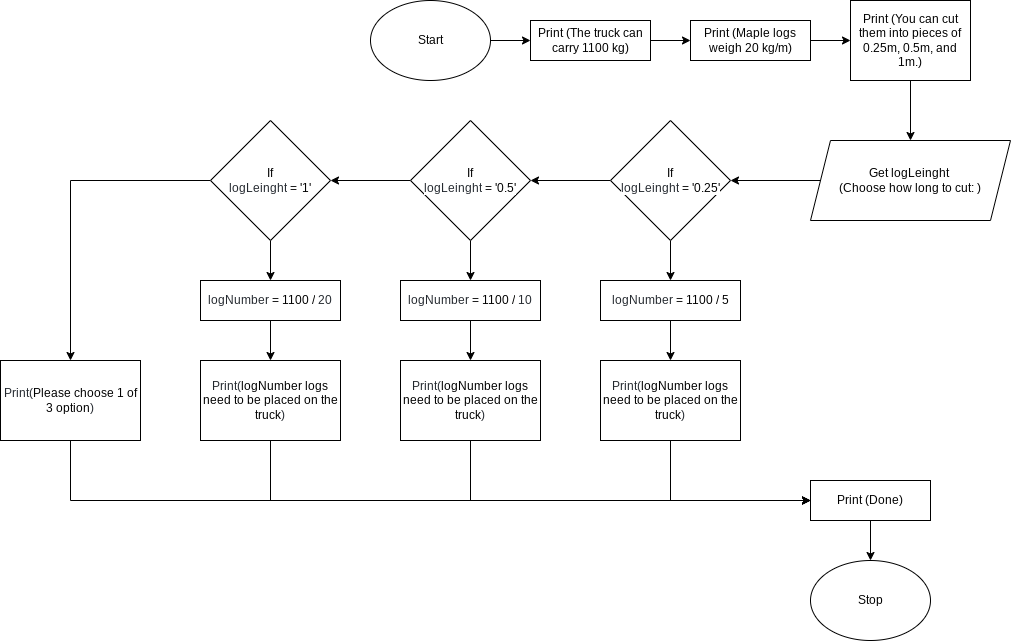
Above: pictures/unit1-01(2).png in Igor-Zhelezniak-1/ics4u-unit1-01-typescript (draw.io), before the change. Source tidied: cells renumbered, new cells last; positions are measured from the earlier drawing's top-left corner, leaving out a move shared by most shapes.
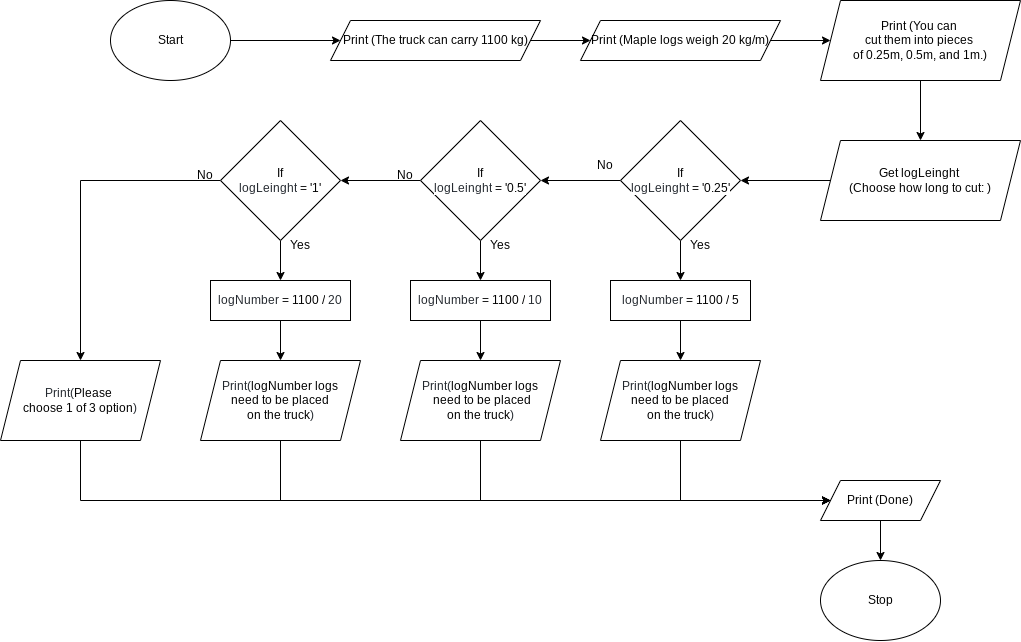
After the commit.

Change to the diagram source:
```diff
@@ -10,9 +10,3 @@
     </mxCell>
-    <mxCell id="4" style="edgeStyle=none;html=1;entryX=0;entryY=0.5;entryDx=0;entryDy=0;" parent="1" edge="1" source="5" target="14">
-      <mxGeometry relative="1" as="geometry" />
-    </mxCell>
-    <mxCell id="5" value="Print (The truck can carry 1100 kg)" style="rounded=0;whiteSpace=wrap;html=1;" parent="1" vertex="1">
-      <mxGeometry x="530" y="20" width="120" height="40" as="geometry" />
-    </mxCell>
-    <mxCell id="6" style="edgeStyle=none;html=1;" parent="1" edge="1" source="7" target="5">
+    <mxCell id="6" style="edgeStyle=none;html=1;entryX=0;entryY=0.5;entryDx=0;entryDy=0;" parent="1" edge="1" source="7" target="5">
       <mxGeometry relative="1" as="geometry" />
@@ -20,3 +14,3 @@
     <mxCell id="7" value="Start" style="ellipse;whiteSpace=wrap;html=1;" parent="1" vertex="1">
-      <mxGeometry x="370" width="120" height="80" as="geometry" />
+      <mxGeometry x="100" width="120" height="80" as="geometry" />
     </mxCell>
@@ -31,14 +25,2 @@
     </mxCell>
-    <mxCell id="11" style="edgeStyle=none;html=1;entryX=0.5;entryY=0;entryDx=0;entryDy=0;" parent="1" edge="1" source="12" target="3">
-      <mxGeometry relative="1" as="geometry" />
-    </mxCell>
-    <mxCell id="12" value="Print (You can cut them into pieces of 0.25m, 0.5m, and 1m.)" style="rounded=0;whiteSpace=wrap;html=1;" parent="1" vertex="1">
-      <mxGeometry x="850" width="120" height="80" as="geometry" />
-    </mxCell>
-    <mxCell id="13" style="edgeStyle=none;html=1;entryX=0;entryY=0.5;entryDx=0;entryDy=0;" parent="1" edge="1" source="14" target="12">
-      <mxGeometry relative="1" as="geometry" />
-    </mxCell>
-    <mxCell id="14" value="Print (Maple logs weigh 20 kg/m)" style="rounded=0;whiteSpace=wrap;html=1;" parent="1" vertex="1">
-      <mxGeometry x="690" y="20" width="120" height="40" as="geometry" />
-    </mxCell>
     <mxCell id="15" style="edgeStyle=none;html=1;entryX=1;entryY=0.5;entryDx=0;entryDy=0;" parent="1" edge="1" source="17" target="20">
@@ -65,3 +47,3 @@
     </mxCell>
-    <mxCell id="21" style="edgeStyle=none;html=1;entryX=0.5;entryY=0;entryDx=0;entryDy=0;fontColor=#000000;" parent="1" edge="1" source="22" target="32">
+    <mxCell id="21" style="edgeStyle=none;html=1;entryX=0.5;entryY=0;entryDx=0;entryDy=0;fontColor=#000000;" parent="1" edge="1" source="22" target="39">
       <mxGeometry relative="1" as="geometry" />
@@ -71,3 +53,3 @@
     </mxCell>
-    <mxCell id="23" style="edgeStyle=none;html=1;entryX=0.5;entryY=0;entryDx=0;entryDy=0;fontColor=#000000;" parent="1" edge="1" source="24" target="30">
+    <mxCell id="23" style="edgeStyle=none;html=1;entryX=0.5;entryY=0;entryDx=0;entryDy=0;fontColor=#000000;" parent="1" edge="1" source="24" target="40">
       <mxGeometry relative="1" as="geometry" />
@@ -77,3 +59,3 @@
     </mxCell>
-    <mxCell id="25" style="edgeStyle=none;html=1;entryX=0.5;entryY=0;entryDx=0;entryDy=0;fontColor=#000000;" parent="1" edge="1" source="26" target="28">
+    <mxCell id="25" style="edgeStyle=none;html=1;entryX=0.5;entryY=0;entryDx=0;entryDy=0;fontColor=#000000;" parent="1" edge="1" source="26" target="38">
       <mxGeometry relative="1" as="geometry" />
@@ -83,3 +65,3 @@
     </mxCell>
-    <mxCell id="27" style="edgeStyle=none;shape=connector;rounded=0;html=1;entryX=0;entryY=0.5;entryDx=0;entryDy=0;labelBackgroundColor=default;fontFamily=Helvetica;fontSize=11;fontColor=#000000;endArrow=classic;strokeColor=default;" parent="1" edge="1" source="28" target="37">
+    <mxCell id="27" style="edgeStyle=none;shape=connector;rounded=0;html=1;entryX=0;entryY=0.5;entryDx=0;entryDy=0;labelBackgroundColor=default;fontFamily=Helvetica;fontSize=11;fontColor=#000000;endArrow=classic;strokeColor=default;exitX=0.5;exitY=1;exitDx=0;exitDy=0;" parent="1" edge="1" source="38" target="37">
       <mxGeometry relative="1" as="geometry">
@@ -90,6 +72,3 @@
     </mxCell>
-    <mxCell id="28" value="&lt;span class=&quot;pl-s&quot; style=&quot;box-sizing: border-box ; font-family: , , &amp;#34;sf mono&amp;#34; , &amp;#34;menlo&amp;#34; , &amp;#34;consolas&amp;#34; , &amp;#34;liberation mono&amp;#34; , monospace ; background-color: rgb(255 , 255 , 255)&quot;&gt;&lt;span class=&quot;pl-s1&quot; style=&quot;box-sizing: border-box&quot;&gt;&lt;span class=&quot;pl-s1&quot; style=&quot;box-sizing: border-box&quot;&gt;&lt;font color=&quot;#24292f&quot;&gt;Print(&lt;/font&gt;&lt;/span&gt;&lt;span class=&quot;pl-s1&quot; style=&quot;box-sizing: border-box&quot;&gt;logNumber&lt;/span&gt;&lt;/span&gt;&lt;font color=&quot;rgba(0, 0, 0, 0)&quot;&gt;&amp;nbsp;&lt;/font&gt;logs need to be placed on the truck&lt;/span&gt;&lt;span class=&quot;pl-kos&quot; style=&quot;box-sizing: border-box ; color: rgb(36 , 41 , 47) ; font-family: , , &amp;#34;sf mono&amp;#34; , &amp;#34;menlo&amp;#34; , &amp;#34;consolas&amp;#34; , &amp;#34;liberation mono&amp;#34; , monospace ; background-color: rgb(255 , 255 , 255)&quot;&gt;)&lt;/span&gt;" style="rounded=0;whiteSpace=wrap;html=1;" parent="1" vertex="1">
-      <mxGeometry x="200" y="360" width="140" height="80" as="geometry" />
-    </mxCell>
-    <mxCell id="29" style="edgeStyle=none;shape=connector;rounded=0;html=1;entryX=0;entryY=0.5;entryDx=0;entryDy=0;labelBackgroundColor=default;fontFamily=Helvetica;fontSize=11;fontColor=#000000;endArrow=classic;strokeColor=default;" parent="1" edge="1" source="30" target="37">
+    <mxCell id="29" style="edgeStyle=none;shape=connector;rounded=0;html=1;entryX=0;entryY=0.5;entryDx=0;entryDy=0;labelBackgroundColor=default;fontFamily=Helvetica;fontSize=11;fontColor=#000000;endArrow=classic;strokeColor=default;exitX=0.5;exitY=1;exitDx=0;exitDy=0;" parent="1" edge="1" source="40" target="37">
       <mxGeometry relative="1" as="geometry">
@@ -100,6 +79,3 @@
     </mxCell>
-    <mxCell id="30" value="&lt;span class=&quot;pl-s&quot; style=&quot;box-sizing: border-box ; font-family: , , &amp;#34;sf mono&amp;#34; , &amp;#34;menlo&amp;#34; , &amp;#34;consolas&amp;#34; , &amp;#34;liberation mono&amp;#34; , monospace ; background-color: rgb(255 , 255 , 255)&quot;&gt;&lt;span class=&quot;pl-s1&quot; style=&quot;box-sizing: border-box&quot;&gt;&lt;span class=&quot;pl-s1&quot; style=&quot;box-sizing: border-box&quot;&gt;&lt;font color=&quot;#24292f&quot;&gt;Print(&lt;/font&gt;&lt;/span&gt;&lt;span class=&quot;pl-s1&quot; style=&quot;box-sizing: border-box&quot;&gt;logNumber&lt;/span&gt;&lt;/span&gt;&lt;font color=&quot;rgba(0, 0, 0, 0)&quot;&gt;&amp;nbsp;&lt;/font&gt;logs need to be placed on the truck&lt;/span&gt;&lt;span class=&quot;pl-kos&quot; style=&quot;box-sizing: border-box ; color: rgb(36 , 41 , 47) ; font-family: , , &amp;#34;sf mono&amp;#34; , &amp;#34;menlo&amp;#34; , &amp;#34;consolas&amp;#34; , &amp;#34;liberation mono&amp;#34; , monospace ; background-color: rgb(255 , 255 , 255)&quot;&gt;)&lt;/span&gt;" style="rounded=0;whiteSpace=wrap;html=1;" parent="1" vertex="1">
-      <mxGeometry x="400" y="360" width="140" height="80" as="geometry" />
-    </mxCell>
-    <mxCell id="31" style="edgeStyle=none;shape=connector;rounded=0;html=1;entryX=0;entryY=0.5;entryDx=0;entryDy=0;labelBackgroundColor=default;fontFamily=Helvetica;fontSize=11;fontColor=#000000;endArrow=classic;strokeColor=default;" parent="1" edge="1" source="32" target="37">
+    <mxCell id="31" style="edgeStyle=none;shape=connector;rounded=0;html=1;entryX=0;entryY=0.5;entryDx=0;entryDy=0;labelBackgroundColor=default;fontFamily=Helvetica;fontSize=11;fontColor=#000000;endArrow=classic;strokeColor=default;exitX=0.5;exitY=1;exitDx=0;exitDy=0;" parent="1" edge="1" source="39" target="37">
       <mxGeometry relative="1" as="geometry">
@@ -110,5 +86,2 @@
     </mxCell>
-    <mxCell id="32" value="&lt;span class=&quot;pl-s&quot; style=&quot;box-sizing: border-box ; font-family: , , &amp;#34;sf mono&amp;#34; , &amp;#34;menlo&amp;#34; , &amp;#34;consolas&amp;#34; , &amp;#34;liberation mono&amp;#34; , monospace ; background-color: rgb(255 , 255 , 255)&quot;&gt;&lt;span class=&quot;pl-s1&quot; style=&quot;box-sizing: border-box&quot;&gt;&lt;span class=&quot;pl-s1&quot; style=&quot;box-sizing: border-box&quot;&gt;&lt;font color=&quot;#24292f&quot;&gt;Print(&lt;/font&gt;&lt;/span&gt;&lt;span class=&quot;pl-s1&quot; style=&quot;box-sizing: border-box&quot;&gt;logNumber&lt;/span&gt;&lt;/span&gt;&lt;font color=&quot;rgba(0, 0, 0, 0)&quot;&gt;&amp;nbsp;&lt;/font&gt;logs need to be placed on the truck&lt;/span&gt;&lt;span class=&quot;pl-kos&quot; style=&quot;box-sizing: border-box ; color: rgb(36 , 41 , 47) ; font-family: , , &amp;#34;sf mono&amp;#34; , &amp;#34;menlo&amp;#34; , &amp;#34;consolas&amp;#34; , &amp;#34;liberation mono&amp;#34; , monospace ; background-color: rgb(255 , 255 , 255)&quot;&gt;)&lt;/span&gt;" style="rounded=0;whiteSpace=wrap;html=1;" parent="1" vertex="1">
-      <mxGeometry x="600" y="360" width="140" height="80" as="geometry" />
-    </mxCell>
     <mxCell id="33" style="edgeStyle=none;shape=connector;rounded=0;html=1;entryX=0;entryY=0.5;entryDx=0;entryDy=0;labelBackgroundColor=default;fontFamily=Helvetica;fontSize=11;fontColor=#000000;endArrow=classic;strokeColor=default;exitX=0.5;exitY=1;exitDx=0;exitDy=0;" parent="1" edge="1" source="34" target="37">
@@ -120,5 +93,2 @@
     </mxCell>
-    <mxCell id="34" value="&lt;span class=&quot;pl-s&quot; style=&quot;box-sizing: border-box ; font-family: , , &amp;#34;sf mono&amp;#34; , &amp;#34;menlo&amp;#34; , &amp;#34;consolas&amp;#34; , &amp;#34;liberation mono&amp;#34; , monospace ; background-color: rgb(255 , 255 , 255)&quot;&gt;&lt;span class=&quot;pl-s1&quot; style=&quot;box-sizing: border-box&quot;&gt;&lt;span class=&quot;pl-s1&quot; style=&quot;box-sizing: border-box&quot;&gt;&lt;font color=&quot;#24292f&quot;&gt;Print(&lt;/font&gt;&lt;/span&gt;&lt;/span&gt;&lt;/span&gt;&lt;span class=&quot;pl-kos&quot; style=&quot;box-sizing: border-box ; background-color: rgb(255 , 255 , 255)&quot;&gt;Please choose 1 of 3 option&lt;font color=&quot;#24292f&quot;&gt;)&lt;/font&gt;&lt;/span&gt;" style="rounded=0;whiteSpace=wrap;html=1;" parent="1" vertex="1">
-      <mxGeometry y="360" width="140" height="80" as="geometry" />
-    </mxCell>
     <mxCell id="35" value="Stop" style="ellipse;whiteSpace=wrap;html=1;" parent="1" vertex="1">
@@ -126,8 +96,56 @@
     </mxCell>
-    <mxCell id="36" style="edgeStyle=none;shape=connector;rounded=0;html=1;entryX=0.5;entryY=0;entryDx=0;entryDy=0;labelBackgroundColor=default;fontFamily=Helvetica;fontSize=11;fontColor=#000000;endArrow=classic;strokeColor=default;" parent="1" edge="1" source="37" target="35">
+    <mxCell id="36" style="edgeStyle=none;shape=connector;rounded=0;html=1;entryX=0.5;entryY=0;entryDx=0;entryDy=0;labelBackgroundColor=default;fontFamily=Helvetica;fontSize=11;fontColor=#000000;endArrow=classic;strokeColor=default;exitX=0.5;exitY=1;exitDx=0;exitDy=0;" parent="1" edge="1" source="37" target="35">
       <mxGeometry relative="1" as="geometry" />
     </mxCell>
+    <mxCell id="38" value="&lt;span class=&quot;pl-s&quot; style=&quot;box-sizing: border-box ; background-color: rgb(255 , 255 , 255)&quot;&gt;&lt;span class=&quot;pl-s1&quot; style=&quot;box-sizing: border-box&quot;&gt;&lt;span class=&quot;pl-s1&quot; style=&quot;box-sizing: border-box&quot;&gt;&lt;font color=&quot;#24292f&quot;&gt;Print(&lt;/font&gt;&lt;/span&gt;&lt;span class=&quot;pl-s1&quot; style=&quot;box-sizing: border-box&quot;&gt;logNumber&lt;/span&gt;&lt;/span&gt;&lt;font color=&quot;rgba(0, 0, 0, 0)&quot;&gt;&amp;nbsp;&lt;/font&gt;logs&lt;br&gt;need to be placed&lt;br&gt;on the truck&lt;/span&gt;&lt;span class=&quot;pl-kos&quot; style=&quot;box-sizing: border-box ; color: rgb(36 , 41 , 47) ; background-color: rgb(255 , 255 , 255)&quot;&gt;)&lt;/span&gt;" style="shape=parallelogram;perimeter=parallelogramPerimeter;whiteSpace=wrap;html=1;fixedSize=1;" parent="1" vertex="1">
+      <mxGeometry x="190" y="360" width="160" height="80" as="geometry" />
+    </mxCell>
+    <mxCell id="39" value="&lt;span class=&quot;pl-s&quot; style=&quot;box-sizing: border-box ; background-color: rgb(255 , 255 , 255)&quot;&gt;&lt;span class=&quot;pl-s1&quot; style=&quot;box-sizing: border-box&quot;&gt;&lt;span class=&quot;pl-s1&quot; style=&quot;box-sizing: border-box&quot;&gt;&lt;font color=&quot;#24292f&quot;&gt;Print(&lt;/font&gt;&lt;/span&gt;&lt;span class=&quot;pl-s1&quot; style=&quot;box-sizing: border-box&quot;&gt;logNumber&lt;/span&gt;&lt;/span&gt;&lt;font color=&quot;rgba(0, 0, 0, 0)&quot;&gt;&amp;nbsp;&lt;/font&gt;logs&lt;br&gt;need to be placed&lt;br&gt;on the truck&lt;/span&gt;&lt;span class=&quot;pl-kos&quot; style=&quot;box-sizing: border-box ; color: rgb(36 , 41 , 47) ; background-color: rgb(255 , 255 , 255)&quot;&gt;)&lt;/span&gt;" style="shape=parallelogram;perimeter=parallelogramPerimeter;whiteSpace=wrap;html=1;fixedSize=1;" parent="1" vertex="1">
+      <mxGeometry x="590" y="360" width="160" height="80" as="geometry" />
+    </mxCell>
+    <mxCell id="40" value="&lt;span class=&quot;pl-s&quot; style=&quot;box-sizing: border-box ; background-color: rgb(255 , 255 , 255)&quot;&gt;&lt;span class=&quot;pl-s1&quot; style=&quot;box-sizing: border-box&quot;&gt;&lt;span class=&quot;pl-s1&quot; style=&quot;box-sizing: border-box&quot;&gt;&lt;font color=&quot;#24292f&quot;&gt;Print(&lt;/font&gt;&lt;/span&gt;&lt;span class=&quot;pl-s1&quot; style=&quot;box-sizing: border-box&quot;&gt;logNumber&lt;/span&gt;&lt;/span&gt;&lt;font color=&quot;rgba(0, 0, 0, 0)&quot;&gt;&amp;nbsp;&lt;/font&gt;logs&lt;br&gt;&amp;nbsp;need to be placed&lt;br&gt;on the truck&lt;/span&gt;&lt;span class=&quot;pl-kos&quot; style=&quot;box-sizing: border-box ; color: rgb(36 , 41 , 47) ; background-color: rgb(255 , 255 , 255)&quot;&gt;)&lt;/span&gt;" style="shape=parallelogram;perimeter=parallelogramPerimeter;whiteSpace=wrap;html=1;fixedSize=1;" parent="1" vertex="1">
+      <mxGeometry x="390" y="360" width="160" height="80" as="geometry" />
+    </mxCell>
+    <mxCell id="34" value="&lt;span class=&quot;pl-s&quot; style=&quot;box-sizing: border-box ; background-color: rgb(255 , 255 , 255)&quot;&gt;&lt;span class=&quot;pl-s1&quot; style=&quot;box-sizing: border-box&quot;&gt;&lt;span class=&quot;pl-s1&quot; style=&quot;box-sizing: border-box&quot;&gt;&lt;font color=&quot;#24292f&quot;&gt;Print(&lt;/font&gt;&lt;/span&gt;&lt;/span&gt;&lt;/span&gt;&lt;span class=&quot;pl-kos&quot; style=&quot;box-sizing: border-box ; background-color: rgb(255 , 255 , 255)&quot;&gt;Please &lt;br&gt;choose 1 of 3 option&lt;font color=&quot;#24292f&quot;&gt;)&lt;/font&gt;&lt;/span&gt;" style="shape=parallelogram;perimeter=parallelogramPerimeter;whiteSpace=wrap;html=1;fixedSize=1;" parent="1" vertex="1">
+      <mxGeometry x="-10" y="360" width="160" height="80" as="geometry" />
+    </mxCell>
-    <mxCell id="37" value="Print (Done)" style="rounded=0;whiteSpace=wrap;html=1;" parent="1" vertex="1">
+    <mxCell id="37" value="Print (Done)" style="shape=parallelogram;perimeter=parallelogramPerimeter;whiteSpace=wrap;html=1;fixedSize=1;" parent="1" vertex="1">
       <mxGeometry x="810" y="480" width="120" height="40" as="geometry" />
     </mxCell>
+    <mxCell id="11" style="edgeStyle=none;html=1;entryX=0.5;entryY=0;entryDx=0;entryDy=0;" parent="1" edge="1" source="12" target="3">
+      <mxGeometry relative="1" as="geometry" />
+    </mxCell>
+    <mxCell id="12" value="Print (You can &lt;br&gt;cut them into pieces &lt;br&gt;of 0.25m, 0.5m, and 1m.)" style="shape=parallelogram;perimeter=parallelogramPerimeter;whiteSpace=wrap;html=1;fixedSize=1;" parent="1" vertex="1">
+      <mxGeometry x="810" width="200" height="80" as="geometry" />
+    </mxCell>
+    <mxCell id="13" style="edgeStyle=none;html=1;entryX=0;entryY=0.5;entryDx=0;entryDy=0;" parent="1" edge="1" source="14" target="12">
+      <mxGeometry relative="1" as="geometry" />
+    </mxCell>
+    <mxCell id="14" value="Print (Maple logs weigh 20 kg/m)" style="shape=parallelogram;perimeter=parallelogramPerimeter;whiteSpace=wrap;html=1;fixedSize=1;" parent="1" vertex="1">
+      <mxGeometry x="570" y="20" width="200" height="40" as="geometry" />
+    </mxCell>
+    <mxCell id="4" style="edgeStyle=none;html=1;" parent="1" edge="1" source="5" target="14">
+      <mxGeometry relative="1" as="geometry" />
+    </mxCell>
+    <mxCell id="5" value="Print (The truck can carry 1100 kg)" style="shape=parallelogram;perimeter=parallelogramPerimeter;whiteSpace=wrap;html=1;fixedSize=1;" parent="1" vertex="1">
+      <mxGeometry x="320" y="20" width="210" height="40" as="geometry" />
+    </mxCell>
+    <mxCell id="41" value="No" style="text;html=1;strokeColor=none;fillColor=none;align=center;verticalAlign=middle;whiteSpace=wrap;rounded=0;" parent="1" vertex="1">
+      <mxGeometry x="580" y="160" width="30" height="10" as="geometry" />
+    </mxCell>
+    <mxCell id="42" value="Yes" style="text;html=1;strokeColor=none;fillColor=none;align=center;verticalAlign=middle;whiteSpace=wrap;rounded=0;" parent="1" vertex="1">
+      <mxGeometry x="670" y="240" width="40" height="10" as="geometry" />
+    </mxCell>
+    <mxCell id="43" value="No" style="text;html=1;strokeColor=none;fillColor=none;align=center;verticalAlign=middle;whiteSpace=wrap;rounded=0;" parent="1" vertex="1">
+      <mxGeometry x="380" y="170" width="30" height="10" as="geometry" />
+    </mxCell>
+    <mxCell id="44" value="No" style="text;html=1;strokeColor=none;fillColor=none;align=center;verticalAlign=middle;whiteSpace=wrap;rounded=0;" parent="1" vertex="1">
+      <mxGeometry x="180" y="170" width="30" height="10" as="geometry" />
+    </mxCell>
+    <mxCell id="45" value="Yes" style="text;html=1;strokeColor=none;fillColor=none;align=center;verticalAlign=middle;whiteSpace=wrap;rounded=0;" parent="1" vertex="1">
+      <mxGeometry x="470" y="240" width="40" height="10" as="geometry" />
+    </mxCell>
+    <mxCell id="46" value="Yes" style="text;html=1;strokeColor=none;fillColor=none;align=center;verticalAlign=middle;whiteSpace=wrap;rounded=0;" parent="1" vertex="1">
+      <mxGeometry x="270" y="240" width="40" height="10" as="geometry" />
+    </mxCell>
   </root>
```
